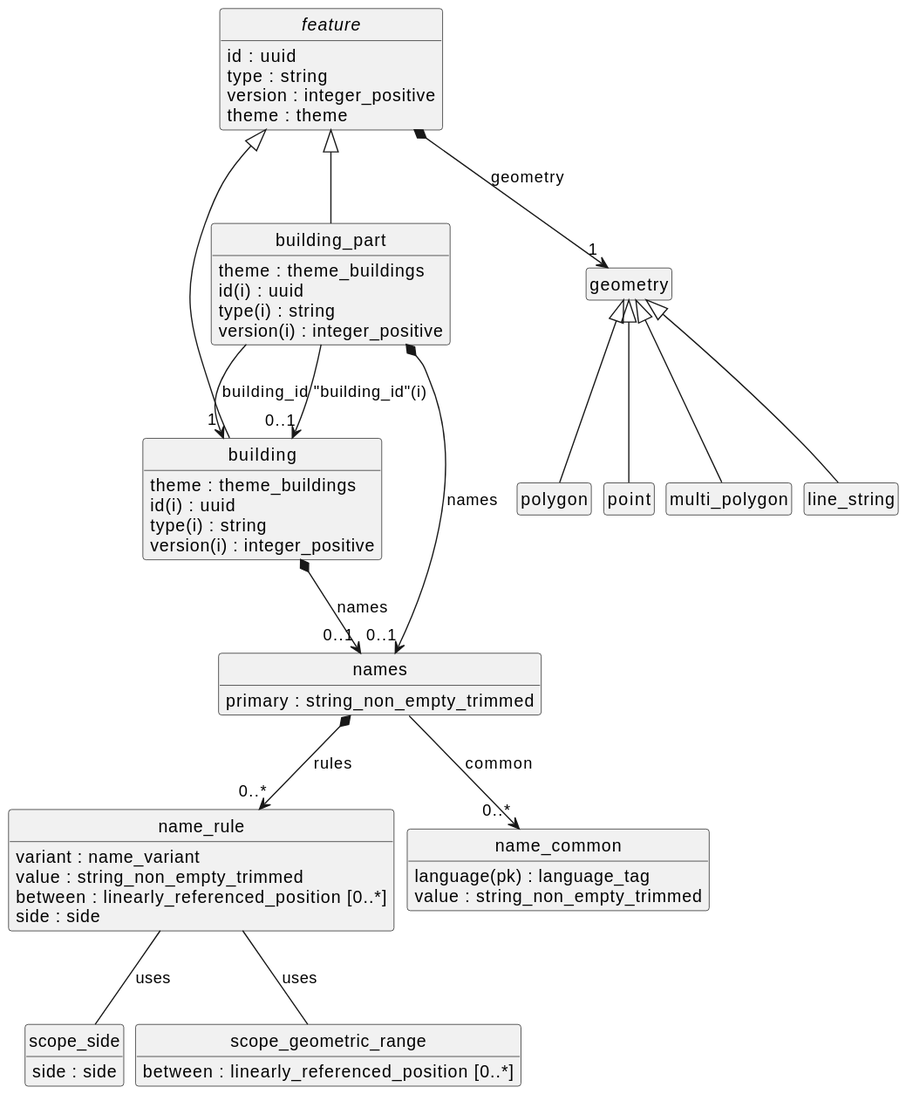
The PlantUML diagram plantuml.svg in vcschapp/overture-schema-linkml, before a commit.
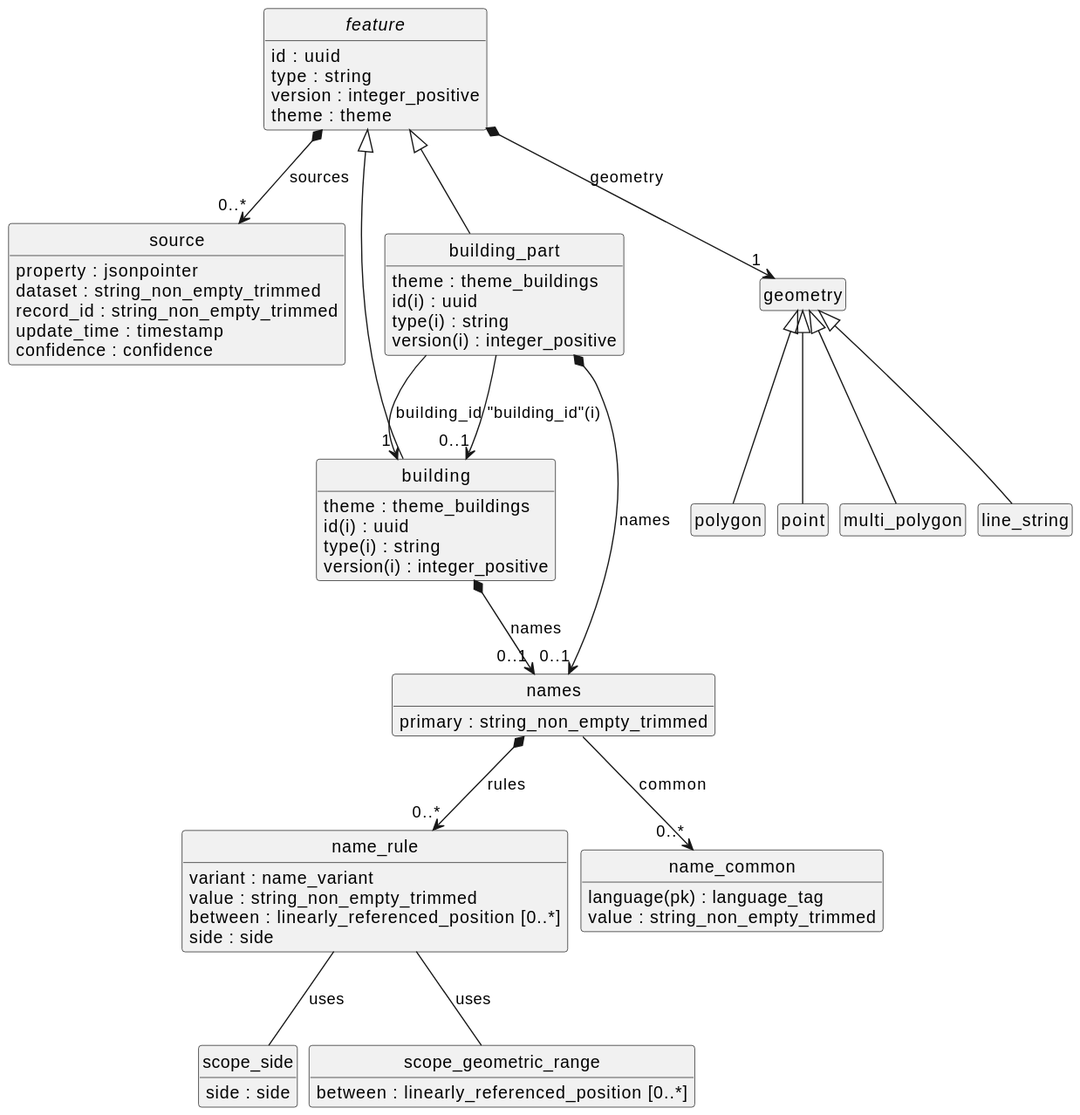
After the commit.

Commit message:
Model sources

Change to the diagram source:
```diff
@@ -2,6 +2,20 @@
 skinparam nodesep 10
 hide circle
 hide empty members
+abstract "feature" [[{None}]] {
+    {field} id : uuid
+    {field} type : string
+    {field} version : integer_positive
+    {field} theme : theme
+}
+class "source" [[{Source record identifying source data from which the feature property, or the whole feature, is derived.}]] {
+    {field} property : jsonpointer
+    {field} dataset : string_non_empty_trimmed
+    {field} record_id : string_non_empty_trimmed
+    {field} update_time : timestamp
+    {field} confidence : confidence
+}
+"feature" *--> "0..*" "source" : "sources"
 class "name_rule" [[{None}]] {
     {field} variant : name_variant
     {field} value : string_non_empty_trimmed
@@ -39,12 +53,6 @@
 "names" --> "0..*" "name_common" : "common"
 "building" *--> "0..1" "names" : "names"
 "building_part" *--> "0..1" "names" : "names"
-abstract "feature" [[{None}]] {
-    {field} id : uuid
-    {field} type : string
-    {field} version : integer_positive
-    {field} theme : theme
-}
 class "geometry" [[{None}]] {
 
 }
```
